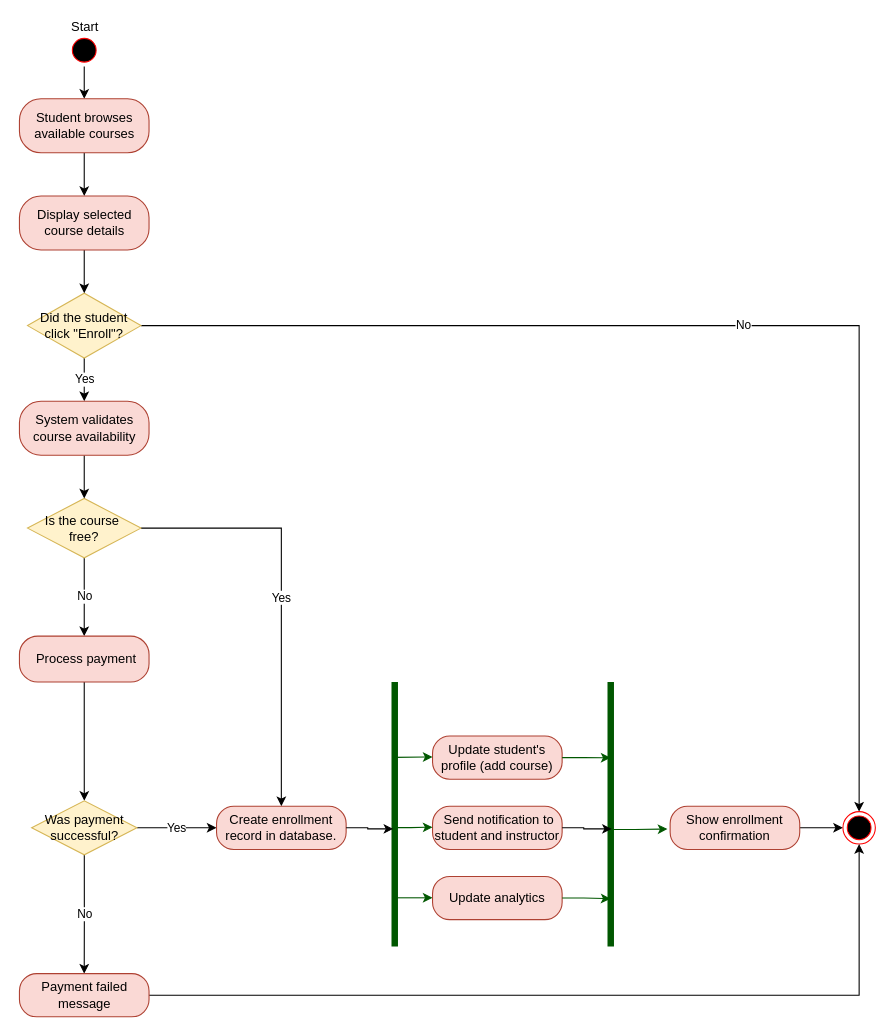
The draw.io diagram activity diagram.drawio in RodinaMohamed04/Lab6, before the edit. Source tidied: cells renumbered, new cells numbered last; positions are measured from the earlier drawing's top-left corner, leaving out a move shared by most shapes. Both pictures are drawn from the tidied source at 108%, with x=0, y=0 at pixel (19, 33).
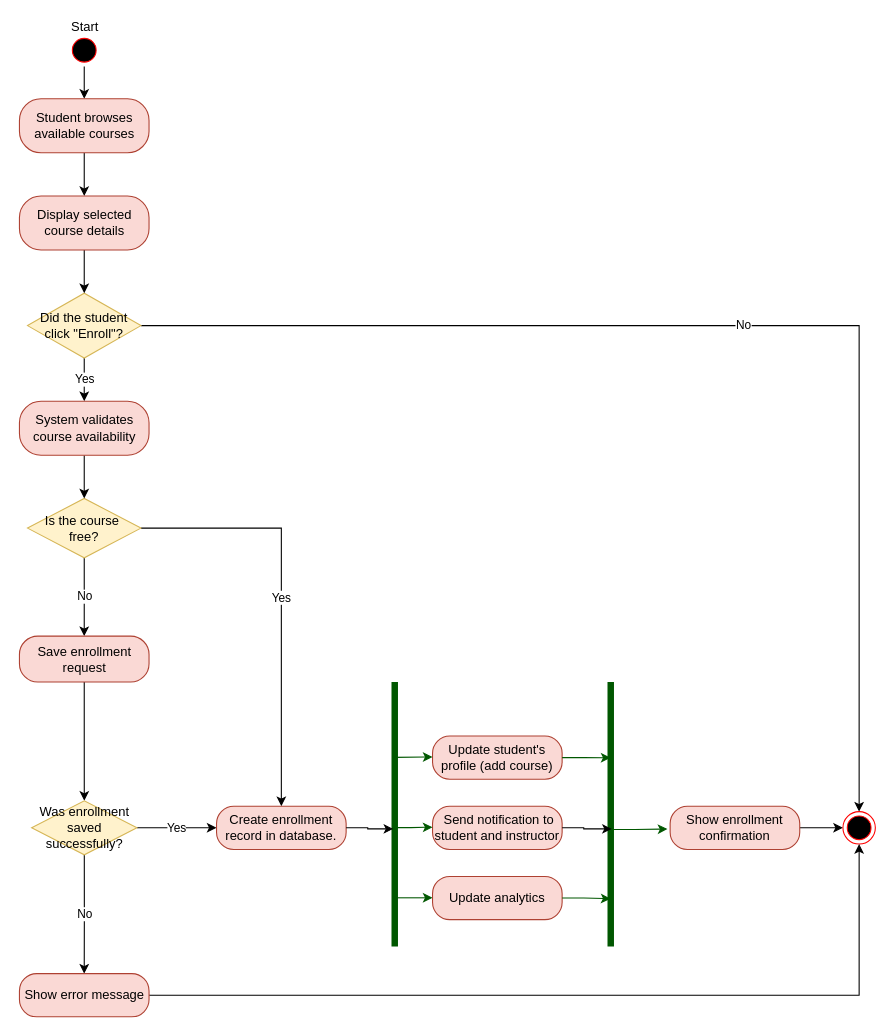
After the change.

What changed in the source:
```diff
@@
-    <mxCell id="21" value="&amp;nbsp;Process payment" style="rounded=1;whiteSpace=wrap;html=1;arcSize=40;fillColor=#fad9d5;strokeColor=#ae4132;" parent="1" vertex="1">
+    <mxCell id="21" value="Save enrollment request" style="rounded=1;whiteSpace=wrap;html=1;arcSize=40;fillColor=#fad9d5;strokeColor=#ae4132;" parent="1" vertex="1">
       <mxGeometry x="-0.5" y="557.5" width="120" height="42.5" as="geometry" />
     </mxCell>
@@
-    <mxCell id="24" value="Was payment successful?" style="rhombus;whiteSpace=wrap;html=1;direction=south;fillColor=#fff2cc;strokeColor=#d6b656;" parent="1" vertex="1">
+    <mxCell id="24" value="Was enrollment saved successfully?" style="rhombus;whiteSpace=wrap;html=1;direction=south;fillColor=#fff2cc;strokeColor=#d6b656;" parent="1" vertex="1">
       <mxGeometry x="10.8" y="710" width="97.5" height="50" as="geometry" />
     </mxCell>
@@
-    <mxCell id="38" value="Payment failed message" style="rounded=1;whiteSpace=wrap;html=1;arcSize=40;fillColor=#fad9d5;strokeColor=#ae4132;" parent="1" vertex="1">
+    <mxCell id="38" value="Show error message" style="rounded=1;whiteSpace=wrap;html=1;arcSize=40;fillColor=#fad9d5;strokeColor=#ae4132;" parent="1" vertex="1">
       <mxGeometry x="-0.5" y="870" width="120" height="40" as="geometry" />
     </mxCell>
```
